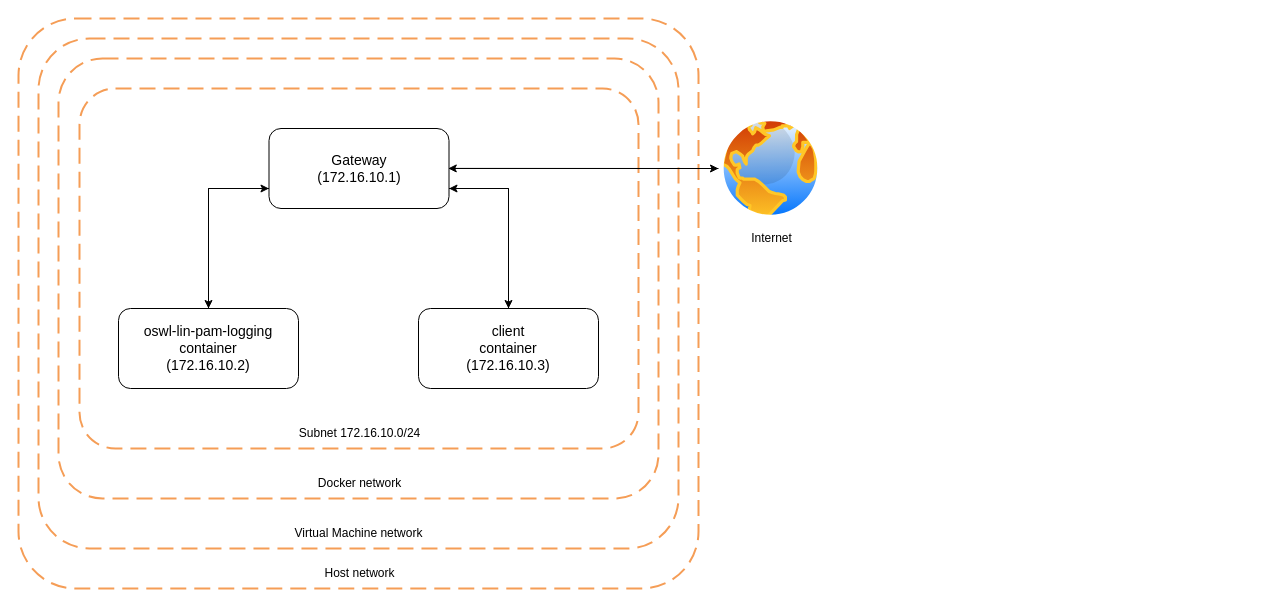
Above: page "Page-6" (6 of 6) of Untitled Diagram.drawio in ToanTa0326/next_test (draw.io), before the change. Source tidied: cells renumbered, new cells numbered last; positions are measured from the earlier drawing's top-left corner, leaving out a move shared by most shapes. Both pictures are drawn from the tidied source at 100%, with x=0, y=0 at pixel (18, 18).
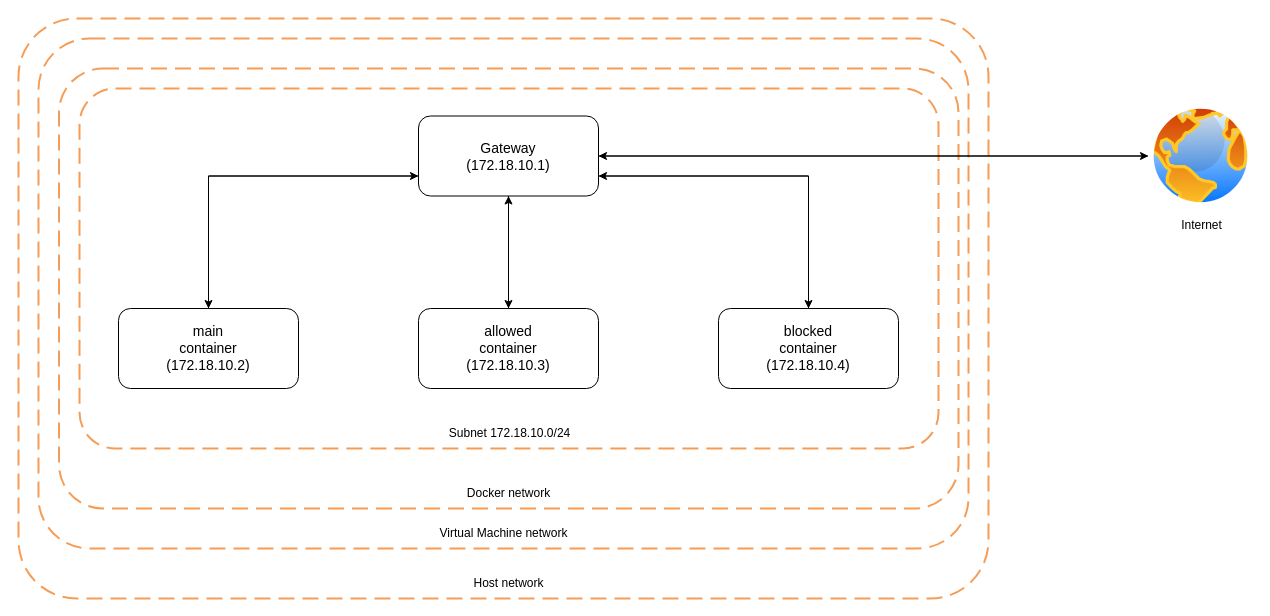
After the change.

Change to the diagram source:
```diff
@@
+    <mxCell id="5" style="rounded=1;arcSize=10;dashed=1;strokeColor=#F59D56;fillColor=none;gradientColor=none;dashPattern=8 4;strokeWidth=2;" parent="1" vertex="1">
+      <mxGeometry width="970" height="580" as="geometry" />
+    </mxCell>
+    <mxCell id="4" style="rounded=1;arcSize=10;dashed=1;strokeColor=#F59D56;fillColor=none;gradientColor=none;dashPattern=8 4;strokeWidth=2;" parent="1" vertex="1">
+      <mxGeometry x="20" y="20" width="930" height="510" as="geometry" />
+    </mxCell>
     <mxCell id="2" style="rounded=1;arcSize=10;dashed=1;strokeColor=#F59D56;fillColor=none;gradientColor=none;dashPattern=8 4;strokeWidth=2;" parent="1" vertex="1">
-      <mxGeometry x="61" y="70" width="559" height="360" as="geometry" />
+      <mxGeometry x="61" y="70" width="859" height="360" as="geometry" />
     </mxCell>
     <mxCell id="3" style="rounded=1;arcSize=10;dashed=1;strokeColor=#F59D56;fillColor=none;gradientColor=none;dashPattern=8 4;strokeWidth=2;" parent="1" vertex="1">
-      <mxGeometry x="40" y="40" width="600" height="440" as="geometry" />
+      <mxGeometry x="40.5" y="50" width="899.5" height="440" as="geometry" />
     </mxCell>
-    <mxCell id="4" style="rounded=1;arcSize=10;dashed=1;strokeColor=#F59D56;fillColor=none;gradientColor=none;dashPattern=8 4;strokeWidth=2;" parent="1" vertex="1">
-      <mxGeometry x="20" y="20" width="640" height="510" as="geometry" />
-    </mxCell>
-    <mxCell id="5" style="rounded=1;arcSize=10;dashed=1;strokeColor=#F59D56;fillColor=none;gradientColor=none;dashPattern=8 4;strokeWidth=2;" parent="1" vertex="1">
-      <mxGeometry width="680" height="570" as="geometry" />
-    </mxCell>
@@
-    <mxCell id="7" value="&lt;font style=&quot;font-size: 14px;&quot;&gt;oswl-lin-pam-logging&lt;br&gt;container&lt;br&gt;(172.16.10.2)&lt;/font&gt;" style="rounded=1;whiteSpace=wrap;html=1;" parent="1" vertex="1">
+    <mxCell id="7" value="&lt;font style=&quot;font-size: 14px;&quot;&gt;main&lt;br&gt;container&lt;br&gt;(172.18.10.2)&lt;/font&gt;" style="rounded=1;whiteSpace=wrap;html=1;" parent="1" vertex="1">
       <mxGeometry x="100" y="290" width="180" height="80" as="geometry" />
     </mxCell>
-    <mxCell id="8" style="edgeStyle=orthogonalEdgeStyle;rounded=0;jettySize=auto;html=1;exitX=0.5;exitY=0;exitDx=0;exitDy=0;entryX=1;entryY=0.75;entryDx=0;entryDy=0;" parent="1" edge="1" source="9" target="14">
+    <mxCell id="8" style="edgeStyle=orthogonalEdgeStyle;rounded=0;jettySize=auto;html=1;exitX=0.5;exitY=0;exitDx=0;exitDy=0;entryX=0.5;entryY=1;entryDx=0;entryDy=0;" parent="1" edge="1" source="9" target="14">
       <mxGeometry relative="1" as="geometry" />
     </mxCell>
-    <mxCell id="9" value="&lt;font style=&quot;font-size: 14px;&quot;&gt;client&lt;br&gt;container&lt;br&gt;(172.16.10.3)&lt;/font&gt;" style="rounded=1;whiteSpace=wrap;html=1;" parent="1" vertex="1">
+    <mxCell id="9" value="&lt;font style=&quot;font-size: 14px;&quot;&gt;allowed&lt;br&gt;container&lt;br&gt;(172.18.10.3)&lt;/font&gt;" style="rounded=1;whiteSpace=wrap;html=1;" parent="1" vertex="1">
       <mxGeometry x="400" y="290" width="180" height="80" as="geometry" />
     </mxCell>
-    <mxCell id="10" value="Subnet 172.16.10.0/24" style="text;html=1;align=center;verticalAlign=middle;strokeColor=none;fillColor=none;" parent="1" vertex="1">
-      <mxGeometry x="270.5" y="400" width="140" height="30" as="geometry" />
+    <mxCell id="10" value="Subnet 172.18.10.0/24" style="text;html=1;align=center;verticalAlign=middle;strokeColor=none;fillColor=none;" parent="1" vertex="1">
+      <mxGeometry x="420.5" y="400" width="140" height="30" as="geometry" />
     </mxCell>
@@
-    <mxCell id="12" style="edgeStyle=orthogonalEdgeStyle;rounded=0;jettySize=auto;html=1;exitX=1;exitY=0.75;exitDx=0;exitDy=0;entryX=0.5;entryY=0;entryDx=0;entryDy=0;" parent="1" edge="1" source="14" target="9">
+    <mxCell id="12" style="edgeStyle=orthogonalEdgeStyle;rounded=0;jettySize=auto;html=1;exitX=0.5;exitY=1;exitDx=0;exitDy=0;entryX=0.5;entryY=0;entryDx=0;entryDy=0;" parent="1" edge="1" source="14" target="9">
       <mxGeometry relative="1" as="geometry" />
     </mxCell>
@@
+    <mxCell id="20" style="edgeStyle=orthogonalEdgeStyle;rounded=0;jettySize=auto;html=1;exitX=1;exitY=0.75;exitDx=0;exitDy=0;entryX=0.5;entryY=0;entryDx=0;entryDy=0;" parent="1" edge="1" source="14" target="23">
+      <mxGeometry relative="1" as="geometry" />
+    </mxCell>
-    <mxCell id="14" value="&lt;div&gt;&lt;font style=&quot;font-size: 14px;&quot;&gt;Gateway&lt;/font&gt;&lt;/div&gt;&lt;font style=&quot;font-size: 14px;&quot;&gt;(172.16.10.1)&lt;/font&gt;" style="rounded=1;whiteSpace=wrap;html=1;" parent="1" vertex="1">
-      <mxGeometry x="250.5" y="110" width="180" height="80" as="geometry" />
+    <mxCell id="14" value="&lt;div&gt;&lt;font style=&quot;font-size: 14px;&quot;&gt;Gateway&lt;/font&gt;&lt;/div&gt;&lt;font style=&quot;font-size: 14px;&quot;&gt;(172.18.10.1)&lt;/font&gt;" style="rounded=1;whiteSpace=wrap;html=1;" parent="1" vertex="1">
+      <mxGeometry x="400" y="97.5" width="180" height="80" as="geometry" />
     </mxCell>
+    <mxCell id="21" style="edgeStyle=orthogonalEdgeStyle;rounded=0;jettySize=auto;html=1;exitX=0;exitY=0.5;exitDx=0;exitDy=0;entryX=1;entryY=0.5;entryDx=0;entryDy=0;" parent="1" edge="1" source="15" target="14">
+      <mxGeometry relative="1" as="geometry" />
+    </mxCell>
     <mxCell id="15" value="Internet" style="image;perimeter=ellipsePerimeter;html=1;align=center;shadow=0;dashed=0;spacingTop=3;image=img/lib/active_directory/internet_globe.svg;" parent="1" vertex="1">
-      <mxGeometry x="700" y="97.5" width="105" height="105" as="geometry" />
+      <mxGeometry x="1130" y="85" width="105" height="105" as="geometry" />
     </mxCell>
     <mxCell id="16" value="Docker network" style="text;html=1;align=center;verticalAlign=middle;strokeColor=none;fillColor=none;" parent="1" vertex="1">
-      <mxGeometry x="285.5" y="450" width="110" height="30" as="geometry" />
+      <mxGeometry x="435" y="460" width="110" height="30" as="geometry" />
     </mxCell>
     <mxCell id="17" value="Virtual Machine network" style="text;html=1;align=center;verticalAlign=middle;strokeColor=none;fillColor=none;" parent="1" vertex="1">
-      <mxGeometry x="265" y="500" width="150" height="30" as="geometry" />
+      <mxGeometry x="410" y="500" width="150" height="30" as="geometry" />
     </mxCell>
     <mxCell id="18" value="Host network" style="text;html=1;align=center;verticalAlign=middle;strokeColor=none;fillColor=none;" parent="1" vertex="1">
-      <mxGeometry x="295.5" y="540" width="90" height="30" as="geometry" />
+      <mxGeometry x="445" y="550" width="90" height="30" as="geometry" />
     </mxCell>
-    <mxCell id="19" style="edgeStyle=orthogonalEdgeStyle;rounded=0;jettySize=auto;html=1;exitX=0;exitY=0.5;exitDx=0;exitDy=0;entryX=0.632;entryY=0.263;entryDx=0;entryDy=0;entryPerimeter=0;" parent="1" edge="1" source="15" target="5">
-      <mxGeometry relative="1" as="geometry" />
-    </mxCell>
+    <mxCell id="22" style="edgeStyle=orthogonalEdgeStyle;rounded=0;jettySize=auto;html=1;exitX=0.5;exitY=0;exitDx=0;exitDy=0;entryX=1;entryY=0.75;entryDx=0;entryDy=0;" parent="1" edge="1" source="23" target="14">
+      <mxGeometry relative="1" as="geometry" />
+    </mxCell>
+    <mxCell id="23" value="&lt;font style=&quot;font-size: 14px;&quot;&gt;blocked&lt;br&gt;container&lt;br&gt;(172.18.10.4)&lt;/font&gt;" style="rounded=1;whiteSpace=wrap;html=1;" parent="1" vertex="1">
+      <mxGeometry x="700" y="290" width="180" height="80" as="geometry" />
+    </mxCell>
```
